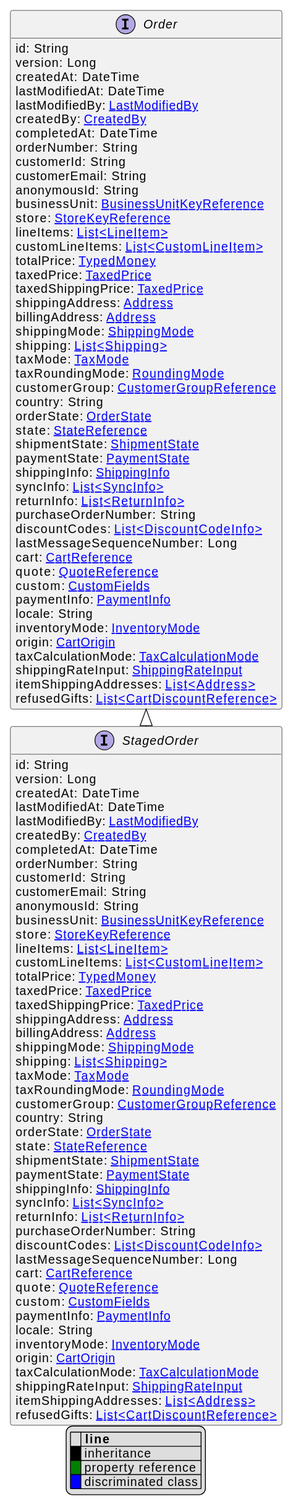
Earlier version of the PlantUML export uml/api/svg/StagedOrder.svg (commercetools/commercetools-api-reference).
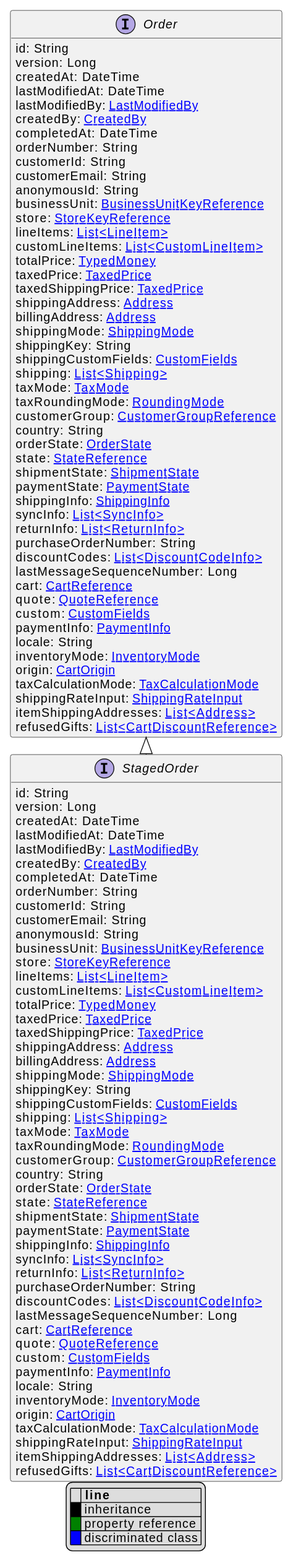
After the commit.

Change to the diagram source:
```diff
@@ -30,6 +30,8 @@
     shippingAddress: [[Address.svg Address]]
     billingAddress: [[Address.svg Address]]
     shippingMode: [[ShippingMode.svg ShippingMode]]
+    shippingKey: String
+    shippingCustomFields: [[CustomFields.svg CustomFields]]
     shipping: [[Shipping.svg List<Shipping>]]
     taxMode: [[TaxMode.svg TaxMode]]
     taxRoundingMode: [[RoundingMode.svg RoundingMode]]
@@ -79,6 +81,8 @@
     shippingAddress: [[Address.svg Address]]
     billingAddress: [[Address.svg Address]]
     shippingMode: [[ShippingMode.svg ShippingMode]]
+    shippingKey: String
+    shippingCustomFields: [[CustomFields.svg CustomFields]]
     shipping: [[Shipping.svg List<Shipping>]]
     taxMode: [[TaxMode.svg TaxMode]]
     taxRoundingMode: [[RoundingMode.svg RoundingMode]]
```
